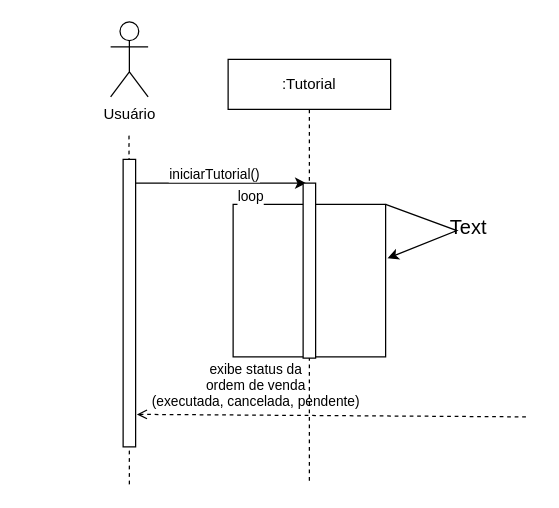
This is diagrama_sequencia/DS26.drawio from gb-cs-rt/home_broker, a draw.io file, before an edit. Source tidied: cells renumbered, new cells numbered last; positions are measured from the earlier drawing's top-left corner, leaving out a move shared by most shapes. Both pictures are drawn from the tidied source at 125%, with x=0, y=0 at pixel (110, 21).
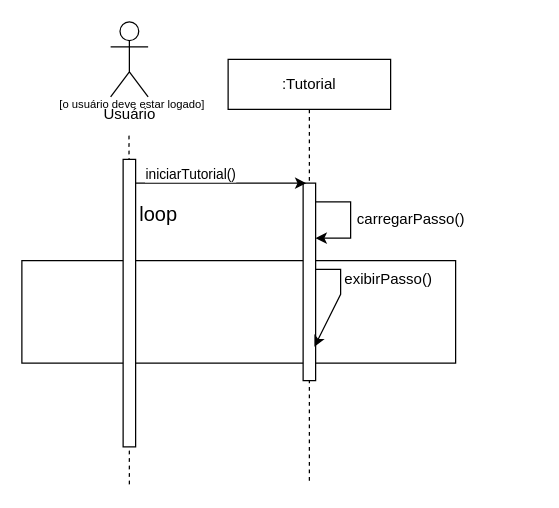
The same page after the edit.

Unchanged cells that the change refers to:
```xml
<mxCell id="5" style="endArrow=classic;html=1;rounded=0;" parent="1" edge="1">
  <mxGeometry relative="1" as="geometry">
    <mxPoint x="20" y="129" as="sourcePoint" />
    <mxPoint x="156.5" y="129" as="targetPoint" />
  </mxGeometry>
</mxCell>
```

Diff of the diagram source:
```diff
@@
+    <mxCell id="15" style="rounded=0;whiteSpace=wrap;html=1;fillColor=none;" parent="1" vertex="1">
+      <mxGeometry x="-71" y="191" width="347" height="82" as="geometry" />
+    </mxCell>
+    <mxCell id="16" value="[o usuário deve estar logado]" style="edgeLabel;html=1;align=center;verticalAlign=middle;fontSize=9;" parent="1" vertex="1">
+      <mxGeometry x="10" y="99" as="geometry">
+        <mxPoint x="6" y="-34" as="offset" />
+      </mxGeometry>
+    </mxCell>
+    <mxCell id="10" value=":Tutorial" style="shape=umlLifeline;perimeter=lifelinePerimeter;whiteSpace=wrap;html=1;newEdgeStyle={&quot;curved&quot;:0,&quot;rounded&quot;:0};" parent="1" vertex="1">
+      <mxGeometry x="94" y="30" width="130" height="340" as="geometry" />
+    </mxCell>
+    <mxCell id="11" style="html=1;points=[[0,0,0,0,5],[0,1,0,0,-5],[1,0,0,0,5],[1,1,0,0,-5]];perimeter=orthogonalPerimeter;outlineConnect=0;targetShapes=umlLifeline;portConstraint=eastwest;newEdgeStyle={&quot;curved&quot;:0,&quot;rounded&quot;:0};" parent="10" vertex="1">
+      <mxGeometry x="60" y="99" width="10" height="158" as="geometry" />
+    </mxCell>
+    <mxCell id="17" style="endArrow=classic;html=1;rounded=0;entryX=0.9;entryY=0.829;entryDx=0;entryDy=0;entryPerimeter=0;" parent="10" edge="1" source="11" target="11">
+      <mxGeometry relative="1" as="geometry" />
+    </mxCell>
+    <mxCell id="18" style="endArrow=classic;html=1;rounded=0;" parent="10" edge="1">
+      <mxGeometry relative="1" as="geometry">
+        <mxPoint x="70" y="114" as="sourcePoint" />
+        <mxPoint x="70" y="143" as="targetPoint" />
+        <Array as="points">
+          <mxPoint x="98" y="114" />
+          <mxPoint x="98" y="143" />
+        </Array>
+      </mxGeometry>
+    </mxCell>
@@
     <mxCell id="6" value="iniciarTutorial()" style="edgeLabel;html=1;align=center;verticalAlign=middle;" parent="5" vertex="1">
       <mxGeometry x="0.15" relative="1" as="geometry">
-        <mxPoint x="-16" y="-8" as="offset" />
+        <mxPoint x="-35" y="-8" as="offset" />
       </mxGeometry>
     </mxCell>
-    <mxCell id="7" style="endArrow=none;html=1;rounded=0;startArrow=open;startFill=0;endFill=0;dashed=1;" parent="1" edge="1">
-      <mxGeometry relative="1" as="geometry">
-        <mxPoint x="21" y="314" as="sourcePoint" />
-        <mxPoint x="332.5" y="316" as="targetPoint" />
-      </mxGeometry>
-    </mxCell>
-    <mxCell id="8" value="exibe status da&lt;div&gt;ordem de venda&lt;/div&gt;&lt;div&gt;(executada, cancelada, pendente)&lt;/div&gt;" style="edgeLabel;html=1;align=center;verticalAlign=middle;" parent="7" vertex="1">
-      <mxGeometry x="-0.36" y="2" relative="1" as="geometry">
-        <mxPoint x="-6" y="-22" as="offset" />
-      </mxGeometry>
-    </mxCell>
-    <mxCell id="9" style="whiteSpace=wrap;html=1;" parent="1" vertex="1">
-      <mxGeometry x="98" y="146" width="122" height="122" as="geometry" />
-    </mxCell>
-    <mxCell id="10" value=":Tutorial" style="shape=umlLifeline;perimeter=lifelinePerimeter;whiteSpace=wrap;html=1;newEdgeStyle={&quot;curved&quot;:0,&quot;rounded&quot;:0};" parent="1" vertex="1">
-      <mxGeometry x="94" y="30" width="130" height="340" as="geometry" />
-    </mxCell>
-    <mxCell id="11" style="html=1;points=[[0,0,0,0,5],[0,1,0,0,-5],[1,0,0,0,5],[1,1,0,0,-5]];perimeter=orthogonalPerimeter;outlineConnect=0;targetShapes=umlLifeline;portConstraint=eastwest;newEdgeStyle={&quot;curved&quot;:0,&quot;rounded&quot;:0};" parent="10" vertex="1">
-      <mxGeometry x="60" y="99" width="10" height="140" as="geometry" />
-    </mxCell>
-    <mxCell id="12" style="endArrow=classic;html=1;rounded=0;exitX=1;exitY=0;exitDx=0;exitDy=0;entryX=1.012;entryY=0.354;entryDx=0;entryDy=0;entryPerimeter=0;" parent="1" edge="1" source="9" target="9">
-      <mxGeometry relative="1" as="geometry">
-        <Array as="points">
-          <mxPoint x="277" y="167" />
-        </Array>
-      </mxGeometry>
-    </mxCell>
-    <mxCell id="13" value="loop" style="edgeLabel;html=1;align=center;verticalAlign=middle;" parent="1" vertex="1">
-      <mxGeometry x="150" y="71" as="geometry">
-        <mxPoint x="-39" y="68" as="offset" />
-      </mxGeometry>
+    <mxCell id="13" value="loop" style="text;html=1;align=center;verticalAlign=middle;strokeColor=none;fillColor=none;fontSize=16;" parent="1" vertex="1">
+      <mxGeometry x="14" y="138" width="48" height="31" as="geometry" />
     </mxCell>
-    <mxCell id="14" value="Text" style="text;html=1;align=center;verticalAlign=middle;strokeColor=none;fillColor=none;fontSize=16;" parent="1" vertex="1">
-      <mxGeometry x="262.5" y="148.5" width="47" height="31" as="geometry" />
-    </mxCell>
+    <mxCell id="19" value="&lt;font style=&quot;font-size: 12px;&quot;&gt;carregarPasso()&lt;/font&gt;" style="text;html=1;align=center;verticalAlign=middle;strokeColor=none;fillColor=none;fontSize=16;" parent="1" vertex="1">
+      <mxGeometry x="188" y="140" width="104" height="31" as="geometry" />
+    </mxCell>
+    <mxCell id="20" value="&lt;font style=&quot;font-size: 12px;&quot;&gt;exibirPasso()&lt;/font&gt;" style="text;html=1;align=center;verticalAlign=middle;strokeColor=none;fillColor=none;fontSize=16;" parent="1" vertex="1">
+      <mxGeometry x="178" y="188" width="88" height="31" as="geometry" />
+    </mxCell>
```
